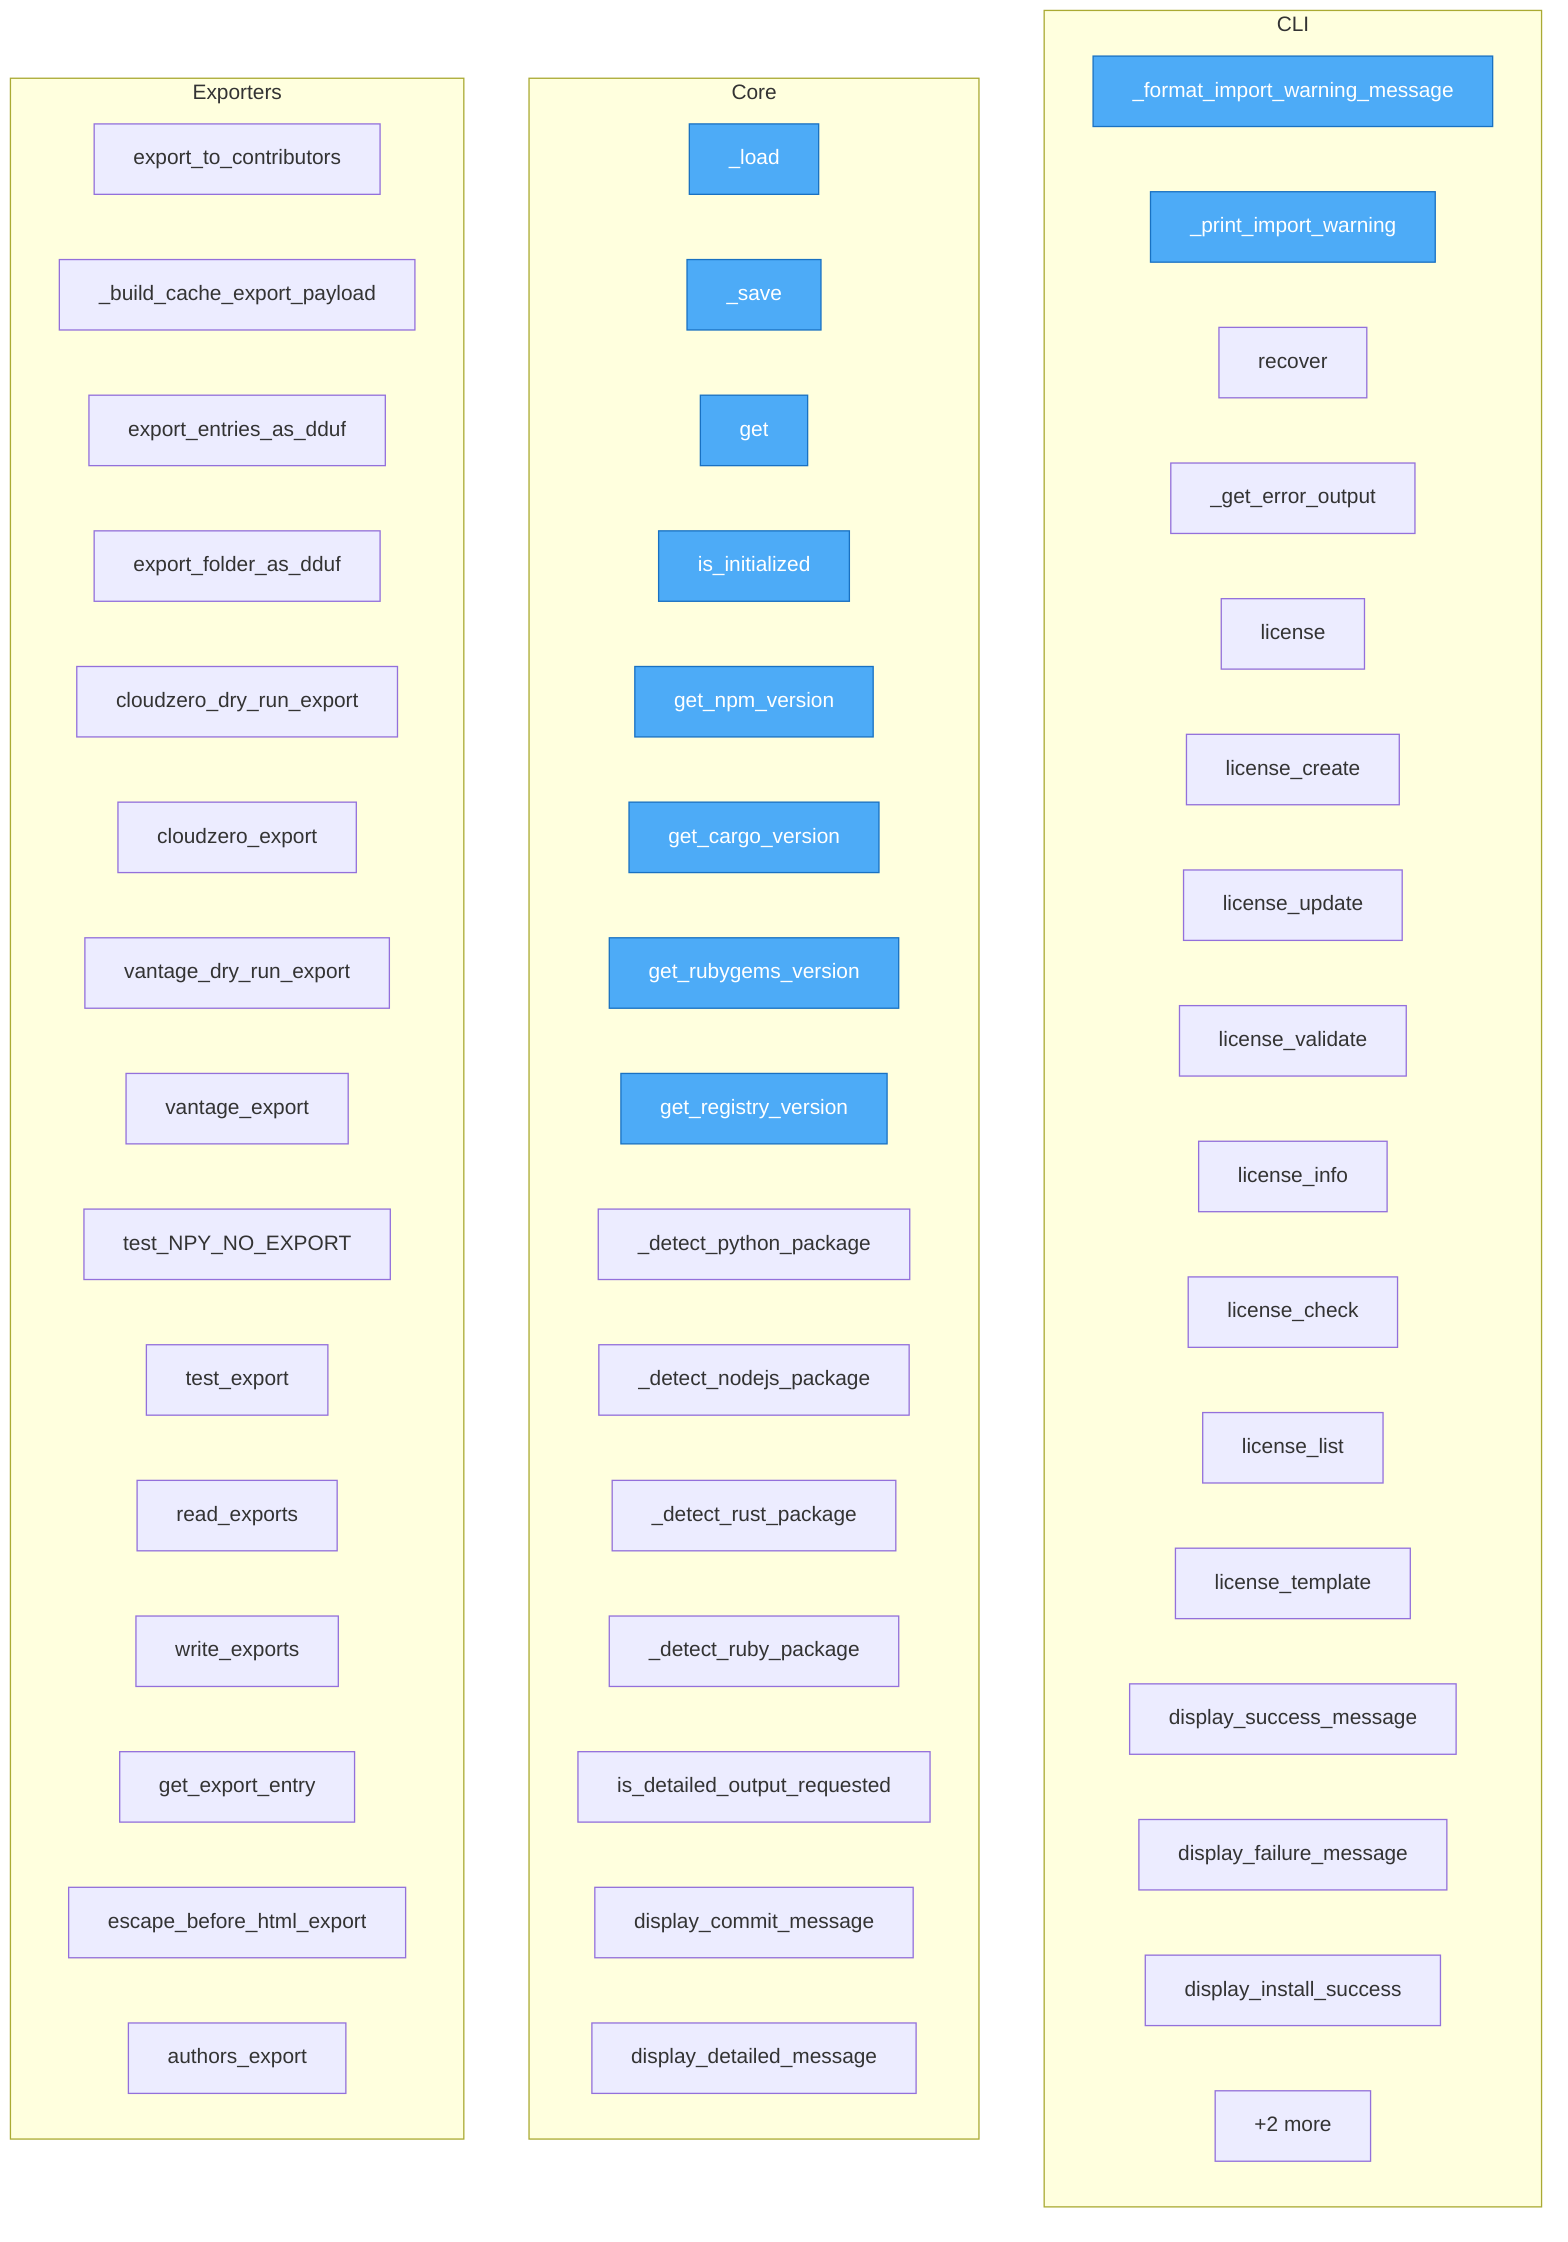
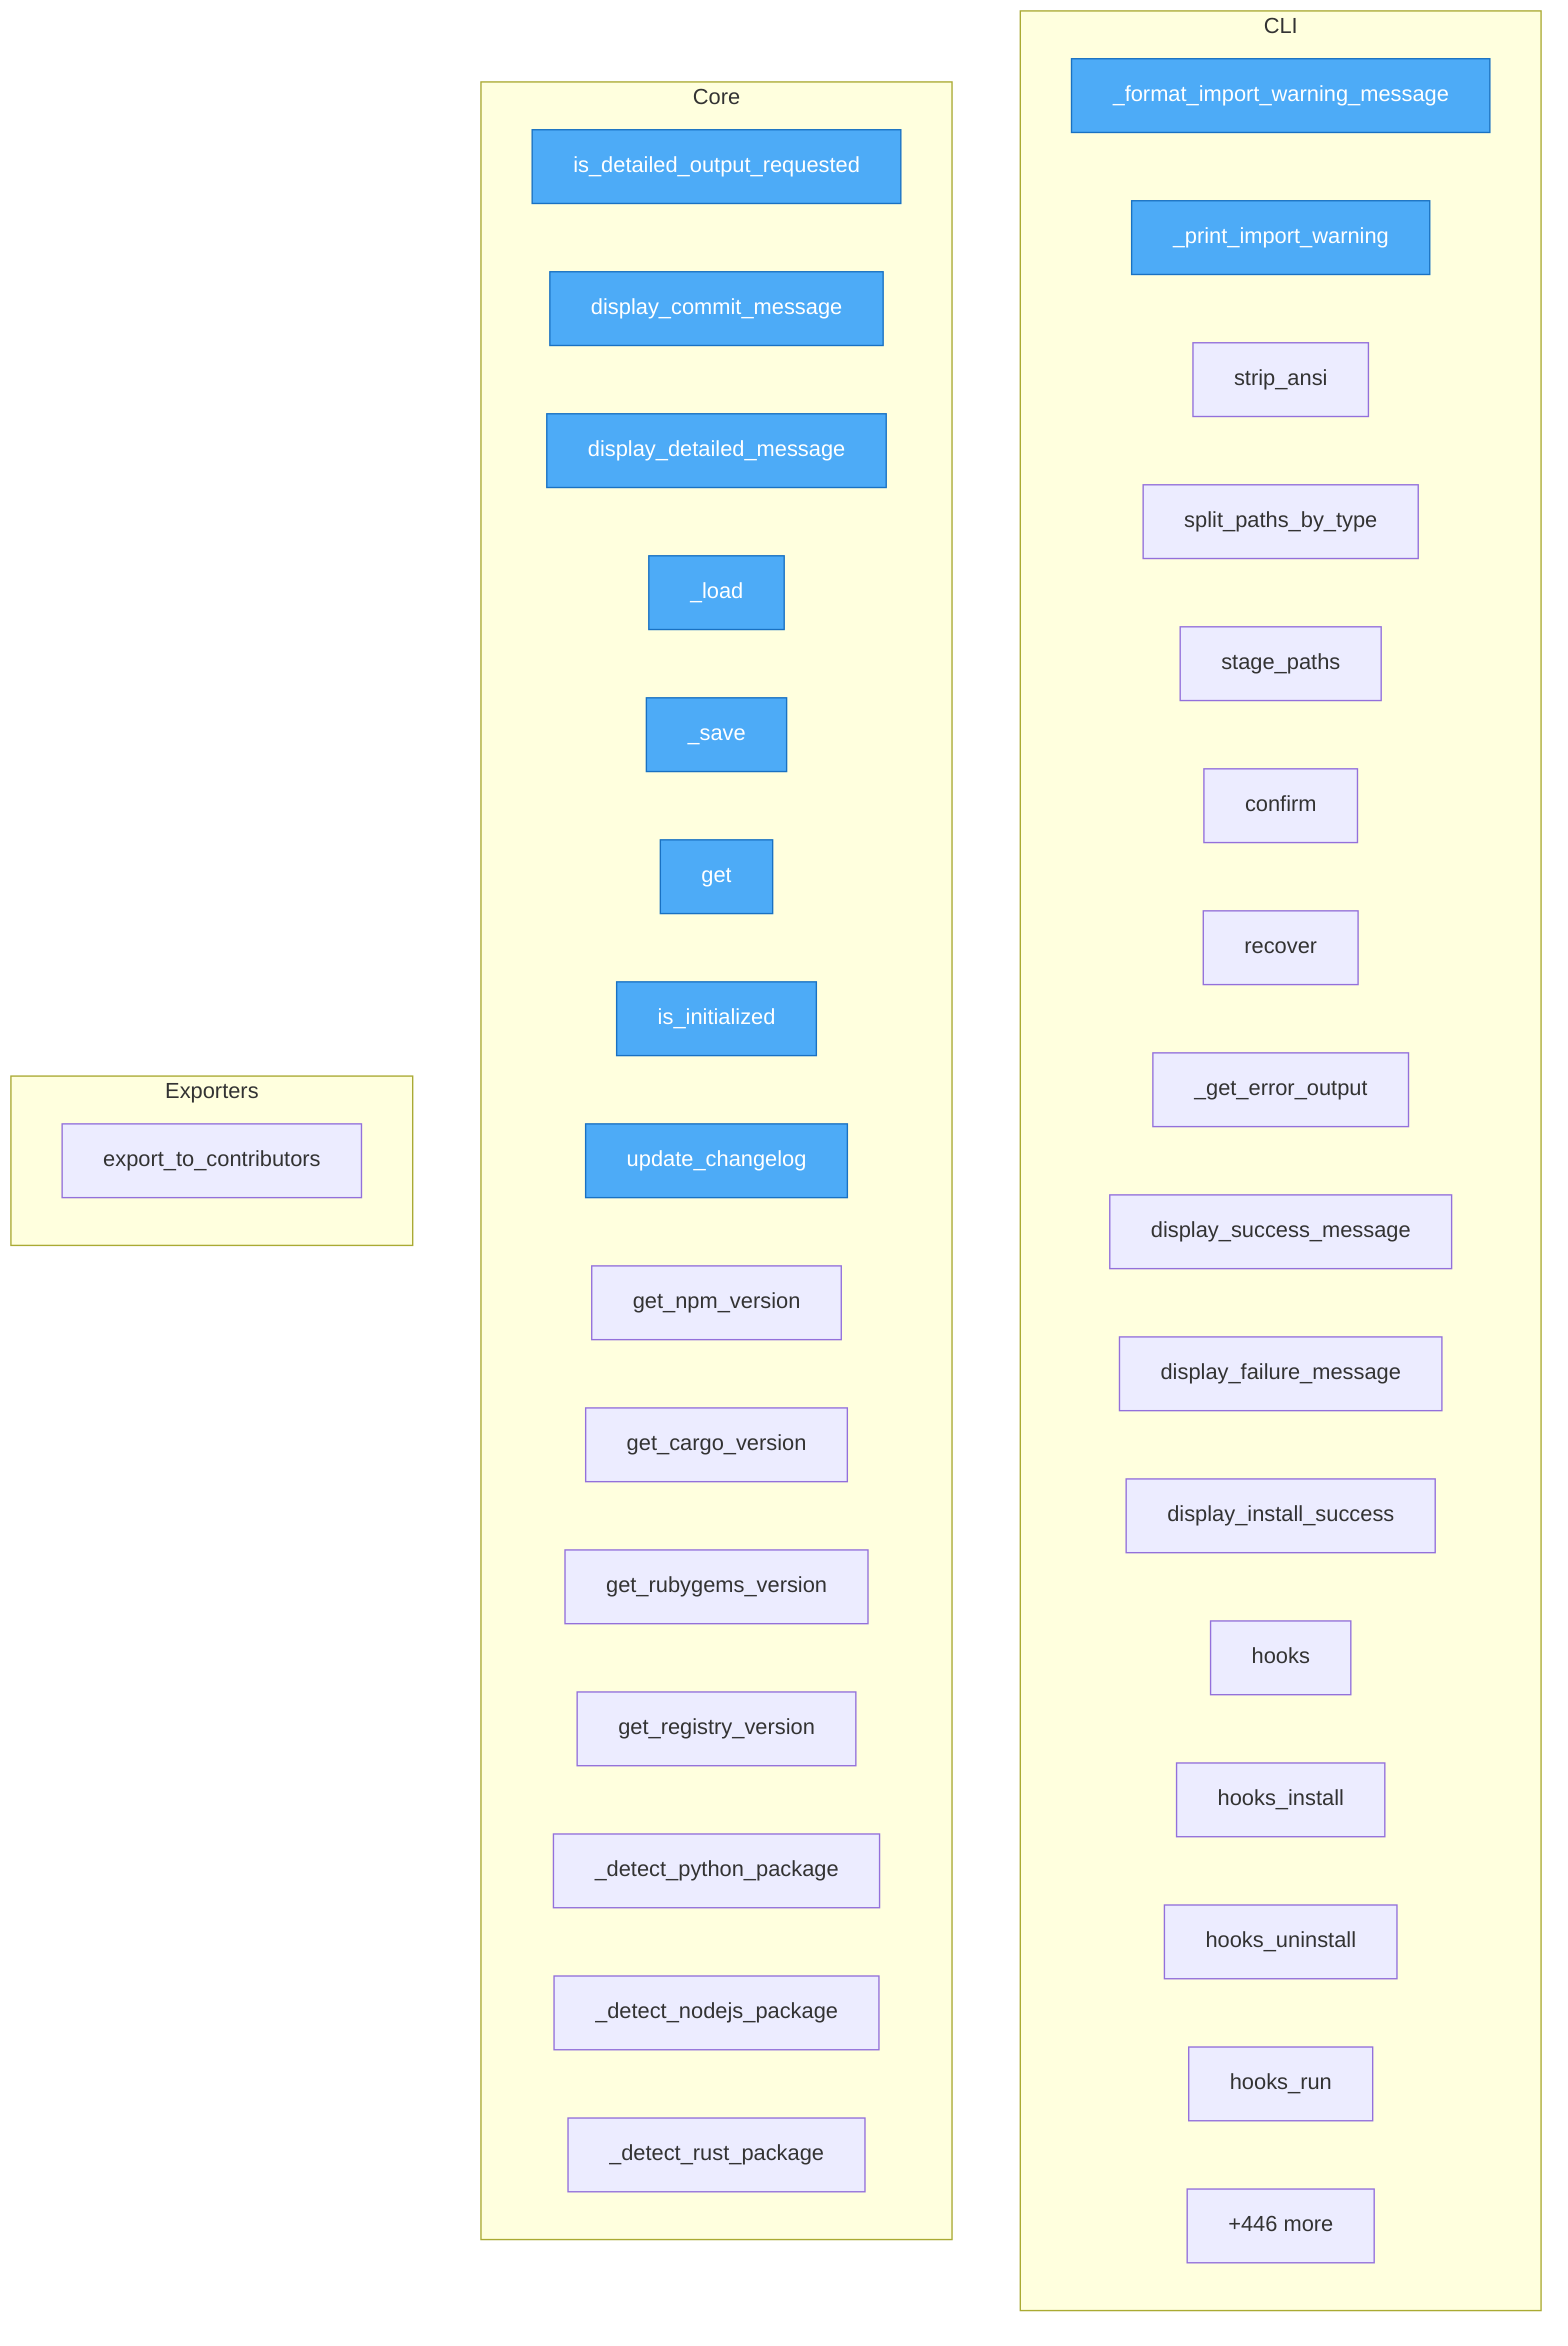
flowchart TD
+ %% generated in 0.02s

    %% Entry points (blue)
    classDef entry fill:#4dabf7,stroke:#1971c2,color:#fff

    subgraph CLI
        goal__cli___format_import_warning_message["_format_import_warning_message"]
        goal__cli___print_import_warning["_print_import_warning"]
+         goal__cli_helpers__strip_ansi["strip_ansi"]
+         goal__cli_helpers__split_paths_by_type["split_paths_by_type"]
+         goal__cli_helpers__stage_paths["stage_paths"]
+         goal__cli_helpers__confirm["confirm"]
        goal__cli__recover_cmd__recover["recover"]
        goal__cli__recover_cmd___get_error_output["_get_error_output"]
-         goal__cli__license_cmd__license["license"]
-         goal__cli__license_cmd__license_create["license_create"]
-         goal__cli__license_cmd__license_update["license_update"]
-         goal__cli__license_cmd__license_validate["license_validate"]
-         goal__cli__license_cmd__license_info["license_info"]
-         goal__cli__license_cmd__license_check["license_check"]
-         goal__cli__license_cmd__license_list["license_list"]
-         goal__cli__license_cmd__license_template["license_template"]
        goal__cli__hooks_cmd__display_success_message["display_success_message"]
        goal__cli__hooks_cmd__display_failure_message["display_failure_message"]
        goal__cli__hooks_cmd__display_install_success["display_install_success"]
-         ...["+110 more"]
+         goal__cli__hooks_cmd__hooks["hooks"]
+         goal__cli__hooks_cmd__hooks_install["hooks_install"]
+         goal__cli__hooks_cmd__hooks_uninstall["hooks_uninstall"]
+         goal__cli__hooks_cmd__hooks_run["hooks_run"]
+         ...["+136 more"]
    end

    subgraph Core
+         goal__commit_generator__is_detailed_output_requested["is_detailed_output_requested"]
+         goal__commit_generator__display_commit_message["display_commit_message"]
+         goal__commit_generator__display_detailed_message["display_detailed_message"]
        goal__user_config__UserConfig___load["_load"]
        goal__user_config__UserConfig___save["_save"]
        goal__user_config__UserConfig__get["get"]
        goal__user_config__UserConfig__is_initialized["is_initialized"]
+         goal__changelog__update_changelog["update_changelog"]
        goal__version_validation__get_npm_version["get_npm_version"]
        goal__version_validation__get_cargo_version["get_cargo_version"]
        goal__version_validation__get_rubygems_version["get_rubygems_version"]
        goal__version_validation__get_registry_version["get_registry_version"]
        goal__version_validation___detect_python_package["_detect_python_package"]
        goal__version_validation___detect_nodejs_package["_detect_nodejs_package"]
        goal__version_validation___detect_rust_package["_detect_rust_package"]
-         goal__version_validation___detect_ruby_package["_detect_ruby_package"]
-         goal__commit_generator__is_detailed_output_requested["is_detailed_output_requested"]
-         goal__commit_generator__display_commit_message["display_commit_message"]
-         goal__commit_generator__display_detailed_message["display_detailed_message"]
-         ...["+19708 more"]
+         ...["+446 more"]
    end

    subgraph Exporters
        goal__authors__manager__AuthorsManager__export_to_contributors["export_to_contributors"]
-         project__map__toon___build_cache_export_payload["_build_cache_export_payload"]
-         project__map__toon__export_entries_as_dduf["export_entries_as_dduf"]
-         project__map__toon__export_folder_as_dduf["export_folder_as_dduf"]
-         project__map__toon__cloudzero_dry_run_export["cloudzero_dry_run_export"]
-         project__map__toon__cloudzero_export["cloudzero_export"]
-         project__map__toon__vantage_dry_run_export["vantage_dry_run_export"]
-         project__map__toon__vantage_export["vantage_export"]
-         project__map__toon__test_NPY_NO_EXPORT["test_NPY_NO_EXPORT"]
-         project__map__toon__test_export["test_export"]
-         project__map__toon__read_exports["read_exports"]
-         project__map__toon__write_exports["write_exports"]
-         project__map__toon__get_export_entry["get_export_entry"]
-         project__map__toon__escape_before_html_export["escape_before_html_export"]
-         project__map__toon__authors_export["authors_export"]
-         ...["+2 more"]
    end

-     class goal__cli___format_import_warning_message,goal__cli___print_import_warning,goal__user_config__UserConfig___load,goal__user_config__UserConfig___save,goal__user_config__UserConfig__get,goal__user_config__UserConfig__is_initialized,goal__version_validation__get_npm_version,goal__version_validation__get_cargo_version,goal__version_validation__get_rubygems_version,goal__version_validation__get_registry_version entry
+     class goal__cli___format_import_warning_message,goal__cli___print_import_warning,goal__commit_generator__is_detailed_output_requested,goal__commit_generator__display_commit_message,goal__commit_generator__display_detailed_message,goal__user_config__UserConfig___load,goal__user_config__UserConfig___save,goal__user_config__UserConfig__get,goal__user_config__UserConfig__is_initialized,goal__changelog__update_changelog entry
